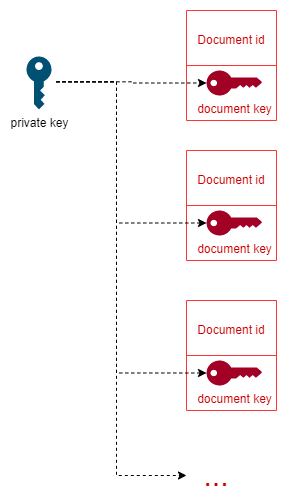
Above: readme-images/Storage document keys.drawio.png in damienmaier/encrypted-vault (draw.io), before the change. Source tidied: cells renumbered, new cells last; positions are measured from the earlier drawing's top-left corner, leaving out a move shared by most shapes.
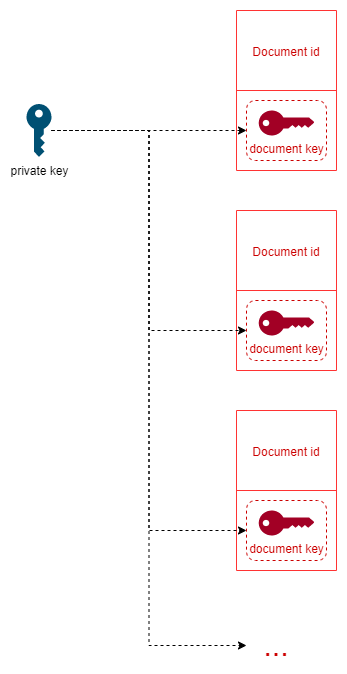
Above is the later version.

The edit, as a diff of the source:
```diff
@@ -2,97 +2,86 @@
   <root>
     <mxCell id="0" />
     <mxCell id="1" parent="0" />
-    <mxCell id="2" style="edgeStyle=orthogonalEdgeStyle;rounded=0;jettySize=auto;html=1;entryX=0;entryY=0.5;entryDx=0;entryDy=0;fontSize=12;dashed=1;" parent="1" edge="1" target="3">
-      <mxGeometry relative="1" as="geometry">
-        <mxPoint x="30" y="71.3" as="sourcePoint" />
-        <Array as="points">
-          <mxPoint x="90" y="71" />
-          <mxPoint x="90" y="465" />
-        </Array>
-      </mxGeometry>
-    </mxCell>
     <mxCell id="3" value="&lt;font color=&quot;#cc0000&quot; style=&quot;font-size: 30px;&quot;&gt;...&lt;/font&gt;" style="text;html=1;strokeColor=none;fillColor=none;align=center;verticalAlign=middle;whiteSpace=wrap;rounded=0;" parent="1" vertex="1">
-      <mxGeometry x="160" y="450" width="60" height="30" as="geometry" />
+      <mxGeometry x="170" y="590" width="60" height="30" as="geometry" />
     </mxCell>
     <mxCell id="4" style="shape=table;startSize=0;fontSize=15;strokeColor=#FF3333;" parent="1" vertex="1">
-      <mxGeometry x="160" width="90" height="110" as="geometry" />
+      <mxGeometry x="160" y="-30" width="100" height="160" as="geometry" />
     </mxCell>
     <mxCell id="5" style="shape=tableRow;horizontal=0;startSize=0;swimlaneHead=0;swimlaneBody=0;top=0;left=0;bottom=0;right=0;fillColor=none;fontSize=15;" parent="4" vertex="1">
-      <mxGeometry width="90" height="55" as="geometry" />
+      <mxGeometry width="100" height="80" as="geometry" />
     </mxCell>
     <mxCell id="6" value="&lt;font color=&quot;#cc0000&quot; style=&quot;font-size: 12px;&quot;&gt;Document id&lt;/font&gt;" style="shape=partialRectangle;html=1;whiteSpace=wrap;overflow=hidden;fillColor=none;top=0;left=0;bottom=0;right=0;fontSize=15;" parent="5" vertex="1">
-      <mxGeometry width="90" height="55" as="geometry" />
+      <mxGeometry width="100" height="80" as="geometry" />
     </mxCell>
     <mxCell id="7" style="shape=tableRow;horizontal=0;startSize=0;swimlaneHead=0;swimlaneBody=0;top=0;left=0;bottom=0;right=0;fillColor=none;fontSize=15;" parent="4" vertex="1">
-      <mxGeometry y="55" width="90" height="55" as="geometry" />
+      <mxGeometry y="80" width="100" height="80" as="geometry" />
     </mxCell>
     <mxCell id="8" style="shape=partialRectangle;html=1;whiteSpace=wrap;overflow=hidden;fillColor=none;top=0;left=0;bottom=0;right=0;fontSize=15;" parent="7" vertex="1">
-      <mxGeometry width="90" height="55" as="geometry" />
+      <mxGeometry width="100" height="80" as="geometry" />
     </mxCell>
     <mxCell id="9" value="&lt;font color=&quot;#cc0000&quot;&gt;document key&lt;/font&gt;" style="points=[[0,0.5,0],[0.24,0,0],[0.5,0.28,0],[0.995,0.475,0],[0.5,0.72,0],[0.24,1,0]];verticalLabelPosition=bottom;sketch=0;html=1;verticalAlign=top;align=center;shape=mxgraph.cisco19.key;fillColor=#a20025;strokeColor=#6F0000;fontColor=#ffffff;" parent="1" vertex="1">
-      <mxGeometry x="180" y="60" width="55.6" height="25" as="geometry" />
+      <mxGeometry x="182.2" y="70" width="55.6" height="25" as="geometry" />
     </mxCell>
-    <mxCell id="10" style="edgeStyle=orthogonalEdgeStyle;rounded=0;jettySize=auto;html=1;entryX=0;entryY=0.5;entryDx=0;entryDy=0;entryPerimeter=0;dashed=1;" parent="1" edge="1" target="9">
-      <mxGeometry relative="1" as="geometry">
-        <mxPoint x="30" y="71.3" as="sourcePoint" />
-      </mxGeometry>
-    </mxCell>
-    <mxCell id="11" style="shape=table;startSize=0;fontSize=15;strokeColor=#FF3333;" parent="1" vertex="1">
-      <mxGeometry x="160" y="140" width="90" height="110" as="geometry" />
-    </mxCell>
-    <mxCell id="12" style="shape=tableRow;horizontal=0;startSize=0;swimlaneHead=0;swimlaneBody=0;top=0;left=0;bottom=0;right=0;fillColor=none;fontSize=15;" parent="11" vertex="1">
-      <mxGeometry width="90" height="55" as="geometry" />
-    </mxCell>
-    <mxCell id="13" value="&lt;span style=&quot;font-size: 12px;&quot;&gt;&lt;font color=&quot;#cc0000&quot;&gt;Document id&lt;/font&gt;&lt;/span&gt;" style="shape=partialRectangle;html=1;whiteSpace=wrap;overflow=hidden;fillColor=none;top=0;left=0;bottom=0;right=0;fontSize=15;" parent="12" vertex="1">
-      <mxGeometry width="90" height="55" as="geometry" />
-    </mxCell>
-    <mxCell id="14" style="shape=tableRow;horizontal=0;startSize=0;swimlaneHead=0;swimlaneBody=0;top=0;left=0;bottom=0;right=0;fillColor=none;fontSize=15;" parent="11" vertex="1">
-      <mxGeometry y="55" width="90" height="55" as="geometry" />
-    </mxCell>
-    <mxCell id="15" style="shape=partialRectangle;html=1;whiteSpace=wrap;overflow=hidden;fillColor=none;top=0;left=0;bottom=0;right=0;fontSize=15;" parent="14" vertex="1">
-      <mxGeometry width="90" height="55" as="geometry" />
-    </mxCell>
-    <mxCell id="16" value="&lt;font color=&quot;#cc0000&quot;&gt;document key&lt;/font&gt;" style="points=[[0,0.5,0],[0.24,0,0],[0.5,0.28,0],[0.995,0.475,0],[0.5,0.72,0],[0.24,1,0]];verticalLabelPosition=bottom;sketch=0;html=1;verticalAlign=top;align=center;shape=mxgraph.cisco19.key;fillColor=#a20025;strokeColor=#6F0000;fontColor=#ffffff;" parent="1" vertex="1">
-      <mxGeometry x="180" y="200" width="55.6" height="25" as="geometry" />
-    </mxCell>
-    <mxCell id="17" style="shape=table;startSize=0;fontSize=15;strokeColor=#FF3333;" parent="1" vertex="1">
-      <mxGeometry x="160" y="290" width="90" height="110" as="geometry" />
-    </mxCell>
-    <mxCell id="18" style="shape=tableRow;horizontal=0;startSize=0;swimlaneHead=0;swimlaneBody=0;top=0;left=0;bottom=0;right=0;fillColor=none;fontSize=15;" parent="17" vertex="1">
-      <mxGeometry width="90" height="55" as="geometry" />
-    </mxCell>
-    <mxCell id="19" value="&lt;span style=&quot;font-size: 12px;&quot;&gt;&lt;font color=&quot;#cc0000&quot;&gt;Document id&lt;/font&gt;&lt;/span&gt;" style="shape=partialRectangle;html=1;whiteSpace=wrap;overflow=hidden;fillColor=none;top=0;left=0;bottom=0;right=0;fontSize=15;" parent="18" vertex="1">
-      <mxGeometry width="90" height="55" as="geometry" />
-    </mxCell>
-    <mxCell id="20" style="shape=tableRow;horizontal=0;startSize=0;swimlaneHead=0;swimlaneBody=0;top=0;left=0;bottom=0;right=0;fillColor=none;fontSize=15;" parent="17" vertex="1">
-      <mxGeometry y="55" width="90" height="55" as="geometry" />
-    </mxCell>
-    <mxCell id="21" style="shape=partialRectangle;html=1;whiteSpace=wrap;overflow=hidden;fillColor=none;top=0;left=0;bottom=0;right=0;fontSize=15;" parent="20" vertex="1">
-      <mxGeometry width="90" height="55" as="geometry" />
-    </mxCell>
-    <mxCell id="22" value="&lt;font color=&quot;#cc0000&quot;&gt;document key&lt;/font&gt;" style="points=[[0,0.5,0],[0.24,0,0],[0.5,0.28,0],[0.995,0.475,0],[0.5,0.72,0],[0.24,1,0]];verticalLabelPosition=bottom;sketch=0;html=1;verticalAlign=top;align=center;shape=mxgraph.cisco19.key;fillColor=#a20025;strokeColor=#6F0000;fontColor=#ffffff;" parent="1" vertex="1">
-      <mxGeometry x="180" y="350" width="55.6" height="25" as="geometry" />
-    </mxCell>
-    <mxCell id="23" style="edgeStyle=orthogonalEdgeStyle;rounded=0;jettySize=auto;html=1;entryX=0;entryY=0.5;entryDx=0;entryDy=0;entryPerimeter=0;dashed=1;" parent="1" edge="1" target="16">
-      <mxGeometry relative="1" as="geometry">
-        <mxPoint x="30" y="71.3" as="sourcePoint" />
-        <Array as="points">
-          <mxPoint x="90" y="71" />
-          <mxPoint x="90" y="213" />
-        </Array>
-      </mxGeometry>
-    </mxCell>
-    <mxCell id="24" style="edgeStyle=orthogonalEdgeStyle;rounded=0;jettySize=auto;html=1;entryX=0;entryY=0.5;entryDx=0;entryDy=0;entryPerimeter=0;dashed=1;" parent="1" edge="1" target="22">
-      <mxGeometry relative="1" as="geometry">
-        <mxPoint x="30" y="71.3" as="sourcePoint" />
-        <Array as="points">
-          <mxPoint x="90" y="71" />
-          <mxPoint x="90" y="363" />
-        </Array>
-      </mxGeometry>
-    </mxCell>
+    <mxCell id="26" style="edgeStyle=orthogonalEdgeStyle;rounded=0;jettySize=auto;html=1;entryX=0;entryY=0.5;entryDx=0;entryDy=0;dashed=1;" parent="1" edge="1" source="25" target="28">
+      <mxGeometry relative="1" as="geometry" />
+    </mxCell>
+    <mxCell id="27" style="edgeStyle=orthogonalEdgeStyle;rounded=0;jettySize=auto;html=1;entryX=0;entryY=0.5;entryDx=0;entryDy=0;dashed=1;" parent="1" edge="1" source="25" target="3">
+      <mxGeometry relative="1" as="geometry" />
+    </mxCell>
     <mxCell id="25" value="&lt;font color=&quot;#000000&quot;&gt;private key&lt;/font&gt;" style="sketch=0;shadow=0;dashed=0;html=1;strokeColor=none;labelPosition=center;verticalLabelPosition=bottom;verticalAlign=top;outlineConnect=0;align=center;shape=mxgraph.office.security.key_permissions;fillColor=#005073;fontColor=#CC0000;" parent="1" vertex="1">
-      <mxGeometry y="46" width="25" height="53" as="geometry" />
+      <mxGeometry x="-50" y="63.5" width="25" height="53" as="geometry" />
     </mxCell>
+    <mxCell id="28" style="rounded=1;whiteSpace=wrap;html=1;dashed=1;fillColor=none;strokeColor=#CC0000;" parent="1" vertex="1">
+      <mxGeometry x="170" y="60" width="80" height="60" as="geometry" />
+    </mxCell>
+    <mxCell id="29" style="shape=table;startSize=0;fontSize=15;strokeColor=#FF3333;" parent="1" vertex="1">
+      <mxGeometry x="160" y="170" width="100" height="160" as="geometry" />
+    </mxCell>
+    <mxCell id="30" style="shape=tableRow;horizontal=0;startSize=0;swimlaneHead=0;swimlaneBody=0;top=0;left=0;bottom=0;right=0;fillColor=none;fontSize=15;" parent="29" vertex="1">
+      <mxGeometry width="100" height="80" as="geometry" />
+    </mxCell>
+    <mxCell id="31" value="&lt;font color=&quot;#cc0000&quot; style=&quot;font-size: 12px;&quot;&gt;Document id&lt;/font&gt;" style="shape=partialRectangle;html=1;whiteSpace=wrap;overflow=hidden;fillColor=none;top=0;left=0;bottom=0;right=0;fontSize=15;" parent="30" vertex="1">
+      <mxGeometry width="100" height="80" as="geometry" />
+    </mxCell>
+    <mxCell id="32" style="shape=tableRow;horizontal=0;startSize=0;swimlaneHead=0;swimlaneBody=0;top=0;left=0;bottom=0;right=0;fillColor=none;fontSize=15;" parent="29" vertex="1">
+      <mxGeometry y="80" width="100" height="80" as="geometry" />
+    </mxCell>
+    <mxCell id="33" style="shape=partialRectangle;html=1;whiteSpace=wrap;overflow=hidden;fillColor=none;top=0;left=0;bottom=0;right=0;fontSize=15;" parent="32" vertex="1">
+      <mxGeometry width="100" height="80" as="geometry" />
+    </mxCell>
+    <mxCell id="34" value="&lt;font color=&quot;#cc0000&quot;&gt;document key&lt;/font&gt;" style="verticalLabelPosition=bottom;sketch=0;html=1;verticalAlign=top;align=center;shape=mxgraph.cisco19.key;fillColor=#a20025;strokeColor=#6F0000;fontColor=#ffffff;" parent="1" vertex="1">
+      <mxGeometry x="182.2" y="270" width="55.6" height="25" as="geometry" />
+    </mxCell>
+    <mxCell id="35" style="rounded=1;whiteSpace=wrap;html=1;dashed=1;fillColor=none;strokeColor=#CC0000;" parent="1" vertex="1">
+      <mxGeometry x="170" y="260" width="80" height="60" as="geometry" />
+    </mxCell>
+    <mxCell id="36" style="shape=table;startSize=0;fontSize=15;strokeColor=#FF3333;" parent="1" vertex="1">
+      <mxGeometry x="160" y="370" width="100" height="160" as="geometry" />
+    </mxCell>
+    <mxCell id="37" style="shape=tableRow;horizontal=0;startSize=0;swimlaneHead=0;swimlaneBody=0;top=0;left=0;bottom=0;right=0;fillColor=none;fontSize=15;" parent="36" vertex="1">
+      <mxGeometry width="100" height="80" as="geometry" />
+    </mxCell>
+    <mxCell id="38" value="&lt;font color=&quot;#cc0000&quot; style=&quot;font-size: 12px;&quot;&gt;Document id&lt;/font&gt;" style="shape=partialRectangle;html=1;whiteSpace=wrap;overflow=hidden;fillColor=none;top=0;left=0;bottom=0;right=0;fontSize=15;" parent="37" vertex="1">
+      <mxGeometry width="100" height="80" as="geometry" />
+    </mxCell>
+    <mxCell id="39" style="shape=tableRow;horizontal=0;startSize=0;swimlaneHead=0;swimlaneBody=0;top=0;left=0;bottom=0;right=0;fillColor=none;fontSize=15;" parent="36" vertex="1">
+      <mxGeometry y="80" width="100" height="80" as="geometry" />
+    </mxCell>
+    <mxCell id="40" style="shape=partialRectangle;html=1;whiteSpace=wrap;overflow=hidden;fillColor=none;top=0;left=0;bottom=0;right=0;fontSize=15;" parent="39" vertex="1">
+      <mxGeometry width="100" height="80" as="geometry" />
+    </mxCell>
+    <mxCell id="41" value="&lt;font color=&quot;#cc0000&quot;&gt;document key&lt;/font&gt;" style="verticalLabelPosition=bottom;sketch=0;html=1;verticalAlign=top;align=center;shape=mxgraph.cisco19.key;fillColor=#a20025;strokeColor=#6F0000;fontColor=#ffffff;" parent="1" vertex="1">
+      <mxGeometry x="182.2" y="470" width="55.6" height="25" as="geometry" />
+    </mxCell>
+    <mxCell id="42" style="rounded=1;whiteSpace=wrap;html=1;dashed=1;fillColor=none;strokeColor=#CC0000;" parent="1" vertex="1">
+      <mxGeometry x="170" y="460" width="80" height="60" as="geometry" />
+    </mxCell>
+    <mxCell id="43" style="edgeStyle=orthogonalEdgeStyle;rounded=0;jettySize=auto;html=1;entryX=0;entryY=0.5;entryDx=0;entryDy=0;dashed=1;" parent="1" edge="1" source="25" target="35">
+      <mxGeometry relative="1" as="geometry" />
+    </mxCell>
+    <mxCell id="44" style="edgeStyle=orthogonalEdgeStyle;rounded=0;jettySize=auto;html=1;entryX=0;entryY=0.5;entryDx=0;entryDy=0;dashed=1;" parent="1" edge="1" source="25" target="42">
+      <mxGeometry relative="1" as="geometry" />
+    </mxCell>
   </root>
 </mxGraphModel>
```
